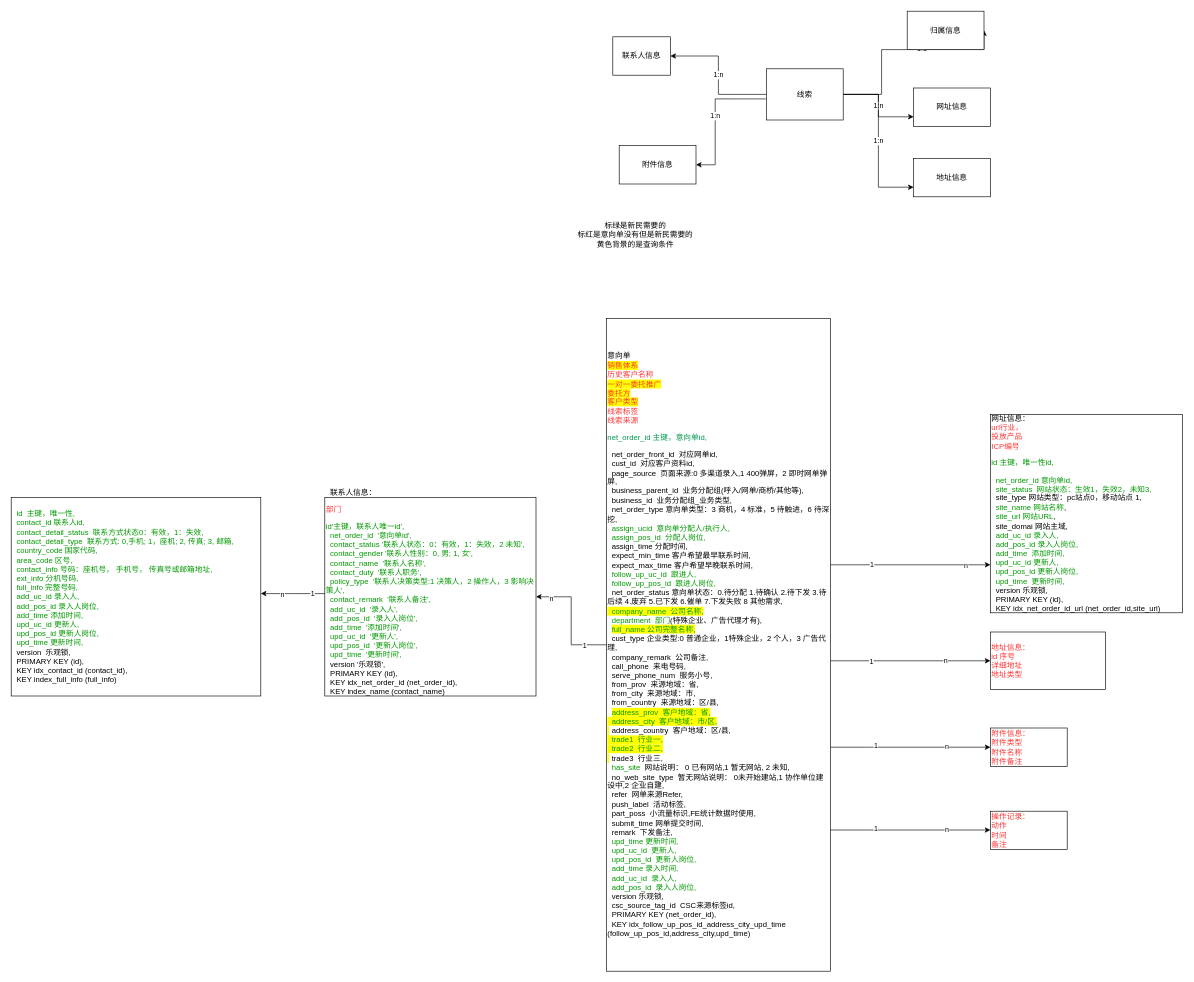
Before: Untitled Diagram.drawio in YueHong-code/iterm2-zmodem, a draw.io diagram. Source tidied: cells renumbered, new cells numbered last; positions are measured from the earlier drawing's top-left corner, leaving out a move shared by most shapes. Both pictures are drawn from the tidied source at 64%, with x=0, y=0 at pixel (11, 11).
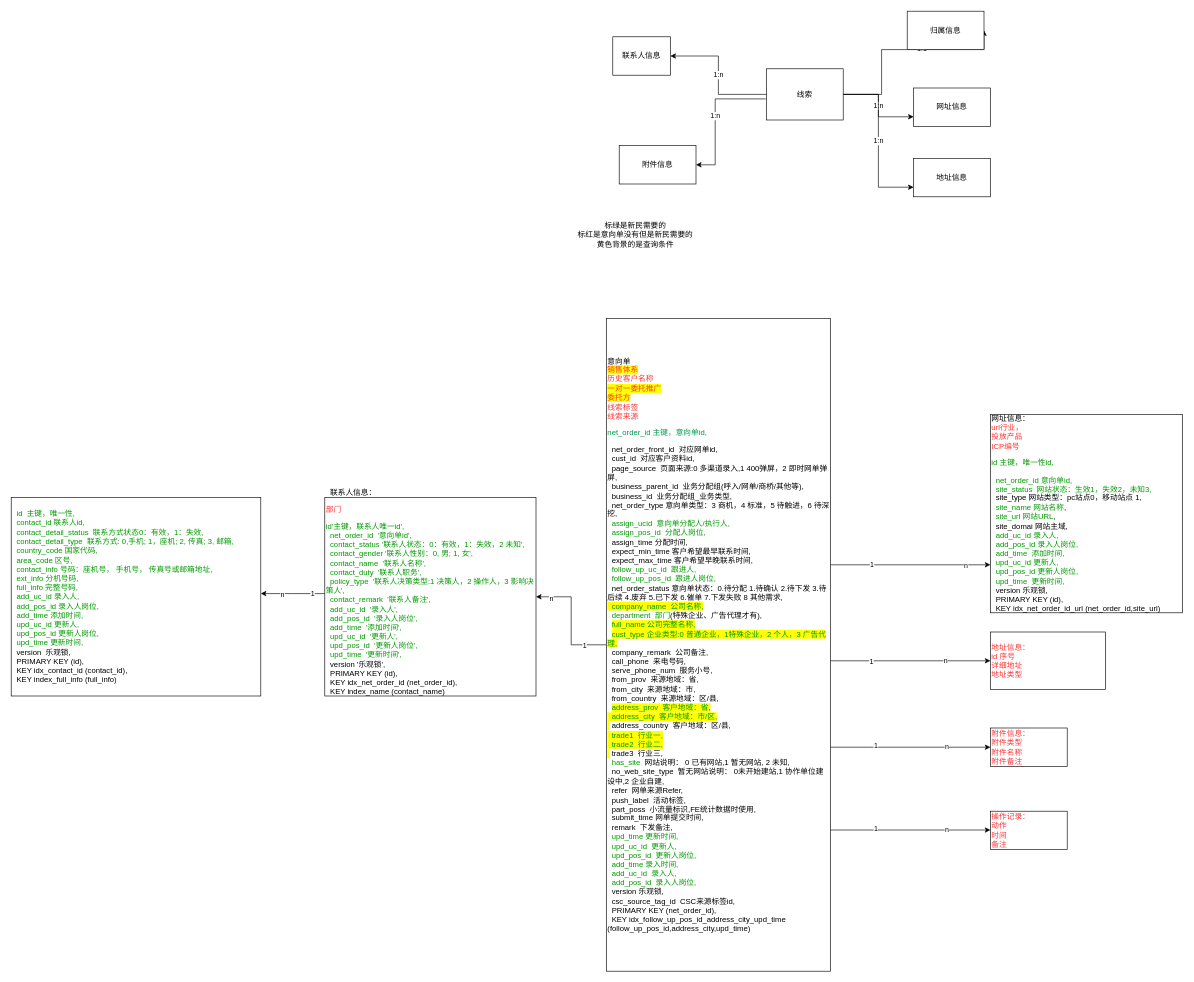
The same diagram, later.

The edit, as a diff of the source:
```diff
@@
-    <mxCell id="21" value="意向单&lt;br&gt;&lt;div&gt;&lt;font color=&quot;#ff3333&quot; style=&quot;background-color: rgb(255 , 255 , 0)&quot;&gt;销售体系&lt;/font&gt;&lt;/div&gt;&lt;div&gt;&lt;font color=&quot;#ff3333&quot;&gt;历史客户名称&lt;/font&gt;&lt;/div&gt;&lt;div&gt;&lt;font color=&quot;#ff3333&quot; style=&quot;background-color: rgb(255 , 255 , 0)&quot;&gt;一对一委托推广&lt;/font&gt;&lt;/div&gt;&lt;div&gt;&lt;font color=&quot;#ff3333&quot; style=&quot;background-color: rgb(255 , 255 , 0)&quot;&gt;委托方&lt;/font&gt;&lt;/div&gt;&lt;div&gt;&lt;font color=&quot;#ff3333&quot; style=&quot;background-color: rgb(255 , 255 , 0)&quot;&gt;客户类型&lt;/font&gt;&lt;/div&gt;&lt;div&gt;&lt;span&gt;&lt;font color=&quot;#ff3333&quot;&gt;线索标签&lt;/font&gt;&lt;/span&gt;&lt;/div&gt;&lt;div&gt;&lt;span&gt;&lt;font color=&quot;#ff3333&quot;&gt;线索来源&lt;/font&gt;&lt;/span&gt;&lt;/div&gt;&lt;div&gt;&lt;p class=&quot;mp-paragraph-wrapper&quot; style=&quot;padding-left: 0px&quot;&gt;&lt;span style=&quot;color: rgb(0 , 153 , 77)&quot;&gt;net_order_id 主键，意向单id,&lt;/span&gt;&lt;/p&gt;&lt;/div&gt;&lt;div&gt;&amp;nbsp; net_order_front_id&amp;nbsp; 对应网单id,&lt;/div&gt;&lt;div&gt;&amp;nbsp; cust_id&amp;nbsp; 对应客户资料id,&lt;/div&gt;&lt;div&gt;&amp;nbsp; page_source&amp;nbsp; 页面来源:0 多渠道录入,1 400弹屏，2 即时网单弹屏,&lt;/div&gt;&lt;div&gt;&amp;nbsp; business_parent_id&amp;nbsp; 业务分配组(呼入/网单/商桥/其他等),&lt;/div&gt;&lt;div&gt;&amp;nbsp; business_id&amp;nbsp; 业务分配组_业务类型,&lt;/div&gt;&lt;div&gt;&amp;nbsp; net_order_type 意向单类型：3 商机，4 标准，5 待触进，6 待深挖,&lt;/div&gt;&lt;div&gt;&amp;nbsp; &lt;font color=&quot;#009900&quot;&gt;assign_ucid&amp;nbsp; 意向单分配人/执行人,&lt;/font&gt;&lt;/div&gt;&lt;div&gt;&lt;font color=&quot;#009900&quot;&gt;&amp;nbsp; assign_pos_id&amp;nbsp; 分配人岗位,&lt;/font&gt;&lt;/div&gt;&lt;div&gt;&amp;nbsp; assign_time 分配时间,&lt;/div&gt;&lt;div&gt;&amp;nbsp; expect_min_time 客户希望最早联系时间,&lt;/div&gt;&lt;div&gt;&amp;nbsp; expect_max_time 客户希望早晚联系时间,&lt;/div&gt;&lt;div&gt;&amp;nbsp;&lt;font color=&quot;#009900&quot;&gt; follow_up_uc_id&amp;nbsp; 跟进人,&lt;/font&gt;&lt;/div&gt;&lt;div&gt;&lt;font color=&quot;#009900&quot;&gt;&amp;nbsp; follow_up_pos_id&amp;nbsp; 跟进人岗位,&lt;/font&gt;&lt;/div&gt;&lt;div&gt;&lt;font color=&quot;#009900&quot;&gt;&amp;nbsp;&lt;/font&gt; net_order_status 意向单状态：0.待分配 1.待确认 2.待下发 3.待后续 4.废弃 5.已下发 6.催单 7.下发失败 8 其他需求,&lt;/div&gt;&lt;div&gt;&lt;span style=&quot;background-color: rgb(255 , 255 , 0)&quot;&gt;&amp;nbsp;&lt;font color=&quot;#009900&quot;&gt; company_name&amp;nbsp; 公司名称,&lt;/font&gt;&lt;/span&gt;&lt;/div&gt;&lt;div&gt;&amp;nbsp;&lt;font color=&quot;#009900&quot;&gt; department&amp;nbsp; 部门&lt;/font&gt;(特殊企业、广告代理才有),&lt;/div&gt;&lt;div&gt;&amp;nbsp; &lt;font color=&quot;#009900&quot; style=&quot;background-color: rgb(255 , 255 , 0)&quot;&gt;full_name 公司完整名称,&lt;/font&gt;&lt;/div&gt;&lt;div&gt;&amp;nbsp; cust_type 企业类型:0 普通企业，1特殊企业，2 个人，3 广告代理,&lt;/div&gt;&lt;div&gt;&amp;nbsp; company_remark&amp;nbsp; 公司备注,&lt;/div&gt;&lt;div&gt;&amp;nbsp; call_phone&amp;nbsp; 来电号码,&lt;/div&gt;&lt;div&gt;&amp;nbsp; serve_phone_num&amp;nbsp; 服务小号,&lt;/div&gt;&lt;div&gt;&amp;nbsp; from_prov&amp;nbsp; 来源地域：省,&lt;/div&gt;&lt;div&gt;&amp;nbsp; from_city&amp;nbsp; 来源地域：市,&lt;/div&gt;&lt;div&gt;&amp;nbsp; from_country&amp;nbsp; 来源地域：区/县,&lt;/div&gt;&lt;div&gt;&lt;font color=&quot;#009900&quot;&gt;&amp;nbsp; &lt;span style=&quot;background-color: rgb(255 , 255 , 0)&quot;&gt;address_prov&amp;nbsp; 客户地域：省,&lt;/span&gt;&lt;/font&gt;&lt;/div&gt;&lt;div&gt;&lt;font color=&quot;#009900&quot; style=&quot;background-color: rgb(255 , 255 , 0)&quot;&gt;&amp;nbsp; address_city&amp;nbsp; 客户地域：市/区,&lt;/font&gt;&lt;/div&gt;&lt;div&gt;&lt;font color=&quot;#009900&quot; style=&quot;background-color: rgb(255 , 255 , 0)&quot;&gt;&amp;nbsp;&lt;/font&gt;&lt;font style=&quot;background-color: rgb(255 , 255 , 255)&quot;&gt; address_country&amp;nbsp; 客户地域：区/县,&lt;/font&gt;&lt;/div&gt;&lt;div&gt;&lt;span style=&quot;background-color: rgb(255 , 255 , 0)&quot;&gt;&amp;nbsp;&lt;font color=&quot;#009900&quot;&gt; trade1&amp;nbsp; 行业一,&lt;/font&gt;&lt;/span&gt;&lt;/div&gt;&lt;div&gt;&lt;font color=&quot;#009900&quot; style=&quot;background-color: rgb(255 , 255 , 0)&quot;&gt;&amp;nbsp; trade2&amp;nbsp; 行业二,&lt;/font&gt;&lt;/div&gt;&lt;div&gt;&lt;font color=&quot;#009900&quot; style=&quot;background-color: rgb(255 , 255 , 0)&quot;&gt;&amp;nbsp;&lt;/font&gt;&lt;font style=&quot;background-color: rgb(255 , 255 , 255)&quot;&gt; trade3&amp;nbsp; 行业三,&lt;/font&gt;&lt;/div&gt;&lt;div&gt;&amp;nbsp;&lt;font color=&quot;#009900&quot;&gt; has_site&lt;/font&gt;&amp;nbsp; 网站说明： 0 已有网站,1 暂无网站, 2 未知,&lt;/div&gt;&lt;div&gt;&amp;nbsp; no_web_site_type&amp;nbsp; 暂无网站说明： 0未开始建站,1 协作单位建设中,2 企业自建,&lt;/div&gt;&lt;div&gt;&amp;nbsp; refer&amp;nbsp; 网单来源Refer,&lt;/div&gt;&lt;div&gt;&amp;nbsp; push_label&amp;nbsp; 活动标签,&lt;/div&gt;&lt;div&gt;&amp;nbsp; part_poss&amp;nbsp; 小流量标识,FE统计数据时使用,&lt;/div&gt;&lt;div&gt;&amp;nbsp; submit_time 网单提交时间,&lt;/div&gt;&lt;div&gt;&amp;nbsp; remark&amp;nbsp; 下发备注,&lt;/div&gt;&lt;div&gt;&amp;nbsp; &lt;font color=&quot;#009900&quot;&gt;upd_time 更新时间,&lt;/font&gt;&lt;/div&gt;&lt;div&gt;&lt;font color=&quot;#009900&quot;&gt;&amp;nbsp; upd_uc_id&amp;nbsp; 更新人,&lt;/font&gt;&lt;/div&gt;&lt;div&gt;&lt;font color=&quot;#009900&quot;&gt;&amp;nbsp; upd_pos_id&amp;nbsp; 更新人岗位,&lt;/font&gt;&lt;/div&gt;&lt;div&gt;&lt;font color=&quot;#009900&quot;&gt;&amp;nbsp; add_time 录入时间,&lt;/font&gt;&lt;/div&gt;&lt;div&gt;&lt;font color=&quot;#009900&quot;&gt;&amp;nbsp; add_uc_id&amp;nbsp; 录入人,&lt;/font&gt;&lt;/div&gt;&lt;div&gt;&lt;font color=&quot;#009900&quot;&gt;&amp;nbsp; add_pos_id&amp;nbsp; 录入人岗位,&lt;/font&gt;&lt;/div&gt;&lt;div&gt;&amp;nbsp; version 乐观锁,&lt;/div&gt;&lt;div&gt;&amp;nbsp; csc_source_tag_id&amp;nbsp; CSC来源标签id,&lt;/div&gt;&lt;div&gt;&amp;nbsp; PRIMARY KEY (net_order_id),&lt;/div&gt;&lt;div&gt;&amp;nbsp; KEY idx_follow_up_pos_id_address_city_upd_time (follow_up_pos_id,address_city,upd_time)&lt;/div&gt;" style="whiteSpace=wrap;html=1;align=left;" parent="1" vertex="1">
+    <mxCell id="21" value="意向单&lt;br&gt;&lt;div&gt;&lt;font color=&quot;#ff3333&quot; style=&quot;background-color: rgb(255 , 255 , 0)&quot;&gt;销售体系&lt;/font&gt;&lt;/div&gt;&lt;div&gt;&lt;font color=&quot;#ff3333&quot;&gt;历史客户名称&lt;/font&gt;&lt;/div&gt;&lt;div&gt;&lt;font color=&quot;#ff3333&quot; style=&quot;background-color: rgb(255 , 255 , 0)&quot;&gt;一对一委托推广&lt;/font&gt;&lt;/div&gt;&lt;div&gt;&lt;font color=&quot;#ff3333&quot; style=&quot;background-color: rgb(255 , 255 , 0)&quot;&gt;委托方&lt;/font&gt;&lt;/div&gt;&lt;div&gt;&lt;span&gt;&lt;font color=&quot;#ff3333&quot;&gt;线索标签&lt;/font&gt;&lt;/span&gt;&lt;/div&gt;&lt;div&gt;&lt;span&gt;&lt;font color=&quot;#ff3333&quot;&gt;线索来源&lt;/font&gt;&lt;/span&gt;&lt;/div&gt;&lt;div&gt;&lt;p class=&quot;mp-paragraph-wrapper&quot; style=&quot;padding-left: 0px&quot;&gt;&lt;span style=&quot;color: rgb(0 , 153 , 77)&quot;&gt;net_order_id 主键，意向单id,&lt;/span&gt;&lt;/p&gt;&lt;/div&gt;&lt;div&gt;&amp;nbsp; net_order_front_id&amp;nbsp; 对应网单id,&lt;/div&gt;&lt;div&gt;&amp;nbsp; cust_id&amp;nbsp; 对应客户资料id,&lt;/div&gt;&lt;div&gt;&amp;nbsp; page_source&amp;nbsp; 页面来源:0 多渠道录入,1 400弹屏，2 即时网单弹屏,&lt;/div&gt;&lt;div&gt;&amp;nbsp; business_parent_id&amp;nbsp; 业务分配组(呼入/网单/商桥/其他等),&lt;/div&gt;&lt;div&gt;&amp;nbsp; business_id&amp;nbsp; 业务分配组_业务类型,&lt;/div&gt;&lt;div&gt;&amp;nbsp; net_order_type 意向单类型：3 商机，4 标准，5 待触进，6 待深挖,&lt;/div&gt;&lt;div&gt;&amp;nbsp; &lt;font color=&quot;#009900&quot;&gt;assign_ucid&amp;nbsp; 意向单分配人/执行人,&lt;/font&gt;&lt;/div&gt;&lt;div&gt;&lt;font color=&quot;#009900&quot;&gt;&amp;nbsp; assign_pos_id&amp;nbsp; 分配人岗位,&lt;/font&gt;&lt;/div&gt;&lt;div&gt;&amp;nbsp; assign_time 分配时间,&lt;/div&gt;&lt;div&gt;&amp;nbsp; expect_min_time 客户希望最早联系时间,&lt;/div&gt;&lt;div&gt;&amp;nbsp; expect_max_time 客户希望早晚联系时间,&lt;/div&gt;&lt;div&gt;&amp;nbsp;&lt;font color=&quot;#009900&quot;&gt; follow_up_uc_id&amp;nbsp; 跟进人,&lt;/font&gt;&lt;/div&gt;&lt;div&gt;&lt;font color=&quot;#009900&quot;&gt;&amp;nbsp; follow_up_pos_id&amp;nbsp; 跟进人岗位,&lt;/font&gt;&lt;/div&gt;&lt;div&gt;&lt;font color=&quot;#009900&quot;&gt;&amp;nbsp;&lt;/font&gt; net_order_status 意向单状态：0.待分配 1.待确认 2.待下发 3.待后续 4.废弃 5.已下发 6.催单 7.下发失败 8 其他需求,&lt;/div&gt;&lt;div&gt;&lt;span style=&quot;background-color: rgb(255 , 255 , 0)&quot;&gt;&amp;nbsp;&lt;font color=&quot;#009900&quot;&gt; company_name&amp;nbsp; 公司名称,&lt;/font&gt;&lt;/span&gt;&lt;/div&gt;&lt;div&gt;&amp;nbsp;&lt;font color=&quot;#009900&quot;&gt; department&amp;nbsp; 部门&lt;/font&gt;(特殊企业、广告代理才有),&lt;/div&gt;&lt;div&gt;&amp;nbsp; &lt;font color=&quot;#009900&quot; style=&quot;background-color: rgb(255 , 255 , 0)&quot;&gt;full_name 公司完整名称,&lt;/font&gt;&lt;/div&gt;&lt;div&gt;&amp;nbsp; &lt;font color=&quot;#009900&quot; style=&quot;background-color: rgb(255 , 255 , 0)&quot;&gt;cust_type 企业类型:0 普通企业，1特殊企业，2 个人，3 广告代理,&lt;/font&gt;&lt;/div&gt;&lt;div&gt;&amp;nbsp; company_remark&amp;nbsp; 公司备注,&lt;/div&gt;&lt;div&gt;&amp;nbsp; call_phone&amp;nbsp; 来电号码,&lt;/div&gt;&lt;div&gt;&amp;nbsp; serve_phone_num&amp;nbsp; 服务小号,&lt;/div&gt;&lt;div&gt;&amp;nbsp; from_prov&amp;nbsp; 来源地域：省,&lt;/div&gt;&lt;div&gt;&amp;nbsp; from_city&amp;nbsp; 来源地域：市,&lt;/div&gt;&lt;div&gt;&amp;nbsp; from_country&amp;nbsp; 来源地域：区/县,&lt;/div&gt;&lt;div&gt;&lt;font color=&quot;#009900&quot;&gt;&amp;nbsp; &lt;span style=&quot;background-color: rgb(255 , 255 , 0)&quot;&gt;address_prov&amp;nbsp; 客户地域：省,&lt;/span&gt;&lt;/font&gt;&lt;/div&gt;&lt;div&gt;&lt;font color=&quot;#009900&quot; style=&quot;background-color: rgb(255 , 255 , 0)&quot;&gt;&amp;nbsp; address_city&amp;nbsp; 客户地域：市/区,&lt;/font&gt;&lt;/div&gt;&lt;div&gt;&lt;font color=&quot;#009900&quot; style=&quot;background-color: rgb(255 , 255 , 0)&quot;&gt;&amp;nbsp;&lt;/font&gt;&lt;font style=&quot;background-color: rgb(255 , 255 , 255)&quot;&gt; address_country&amp;nbsp; 客户地域：区/县,&lt;/font&gt;&lt;/div&gt;&lt;div&gt;&lt;span style=&quot;background-color: rgb(255 , 255 , 0)&quot;&gt;&amp;nbsp;&lt;font color=&quot;#009900&quot;&gt; trade1&amp;nbsp; 行业一,&lt;/font&gt;&lt;/span&gt;&lt;/div&gt;&lt;div&gt;&lt;font color=&quot;#009900&quot; style=&quot;background-color: rgb(255 , 255 , 0)&quot;&gt;&amp;nbsp; trade2&amp;nbsp; 行业二,&lt;/font&gt;&lt;/div&gt;&lt;div&gt;&lt;font color=&quot;#009900&quot; style=&quot;background-color: rgb(255 , 255 , 0)&quot;&gt;&amp;nbsp;&lt;/font&gt;&lt;font style=&quot;background-color: rgb(255 , 255 , 255)&quot;&gt; trade3&amp;nbsp; 行业三,&lt;/font&gt;&lt;/div&gt;&lt;div&gt;&amp;nbsp;&lt;font color=&quot;#009900&quot;&gt; has_site&lt;/font&gt;&amp;nbsp; 网站说明： 0 已有网站,1 暂无网站, 2 未知,&lt;/div&gt;&lt;div&gt;&amp;nbsp; no_web_site_type&amp;nbsp; 暂无网站说明： 0未开始建站,1 协作单位建设中,2 企业自建,&lt;/div&gt;&lt;div&gt;&amp;nbsp; refer&amp;nbsp; 网单来源Refer,&lt;/div&gt;&lt;div&gt;&amp;nbsp; push_label&amp;nbsp; 活动标签,&lt;/div&gt;&lt;div&gt;&amp;nbsp; part_poss&amp;nbsp; 小流量标识,FE统计数据时使用,&lt;/div&gt;&lt;div&gt;&amp;nbsp; submit_time 网单提交时间,&lt;/div&gt;&lt;div&gt;&amp;nbsp; remark&amp;nbsp; 下发备注,&lt;/div&gt;&lt;div&gt;&amp;nbsp; &lt;font color=&quot;#009900&quot;&gt;upd_time 更新时间,&lt;/font&gt;&lt;/div&gt;&lt;div&gt;&lt;font color=&quot;#009900&quot;&gt;&amp;nbsp; upd_uc_id&amp;nbsp; 更新人,&lt;/font&gt;&lt;/div&gt;&lt;div&gt;&lt;font color=&quot;#009900&quot;&gt;&amp;nbsp; upd_pos_id&amp;nbsp; 更新人岗位,&lt;/font&gt;&lt;/div&gt;&lt;div&gt;&lt;font color=&quot;#009900&quot;&gt;&amp;nbsp; add_time 录入时间,&lt;/font&gt;&lt;/div&gt;&lt;div&gt;&lt;font color=&quot;#009900&quot;&gt;&amp;nbsp; add_uc_id&amp;nbsp; 录入人,&lt;/font&gt;&lt;/div&gt;&lt;div&gt;&lt;font color=&quot;#009900&quot;&gt;&amp;nbsp; add_pos_id&amp;nbsp; 录入人岗位,&lt;/font&gt;&lt;/div&gt;&lt;div&gt;&amp;nbsp; version 乐观锁,&lt;/div&gt;&lt;div&gt;&amp;nbsp; csc_source_tag_id&amp;nbsp; CSC来源标签id,&lt;/div&gt;&lt;div&gt;&amp;nbsp; PRIMARY KEY (net_order_id),&lt;/div&gt;&lt;div&gt;&amp;nbsp; KEY idx_follow_up_pos_id_address_city_upd_time (follow_up_pos_id,address_city,upd_time)&lt;/div&gt;" style="whiteSpace=wrap;html=1;align=left;" parent="1" vertex="1">
       <mxGeometry x="930" y="480" width="350" height="1020" as="geometry" />
     </mxCell>
```
